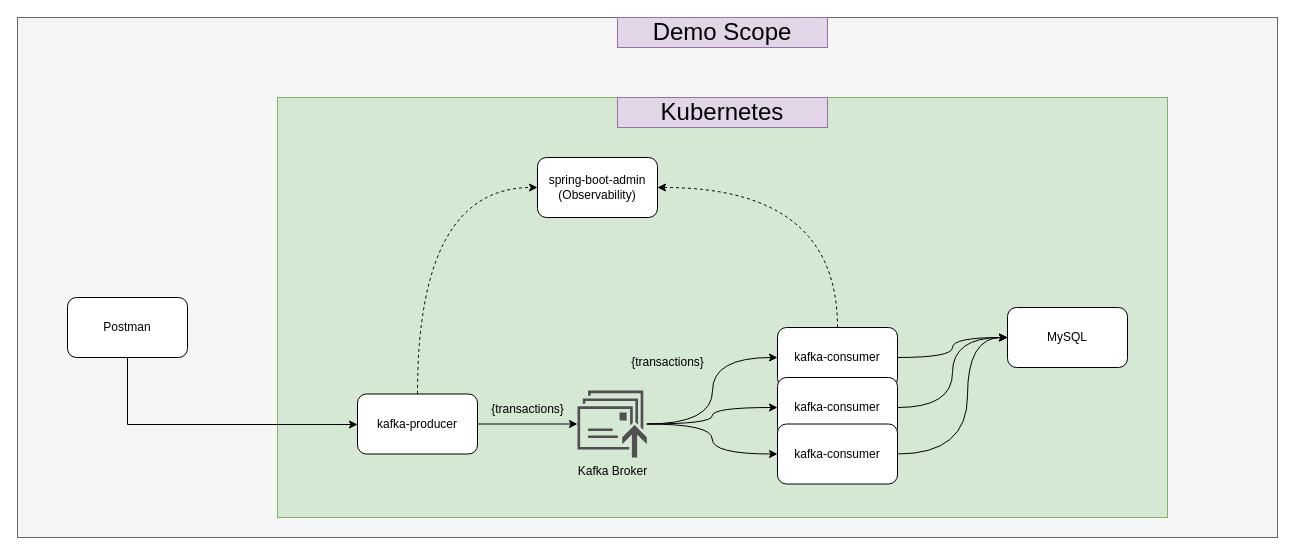
Before: Kafka.drawio in Jabito/KafkaDemo, a draw.io diagram. Source tidied: cells renumbered, new cells numbered last; positions are measured from the earlier drawing's top-left corner, leaving out a move shared by most shapes. Both pictures are drawn from the tidied source at 100%, with x=0, y=0 at pixel (17, 17).
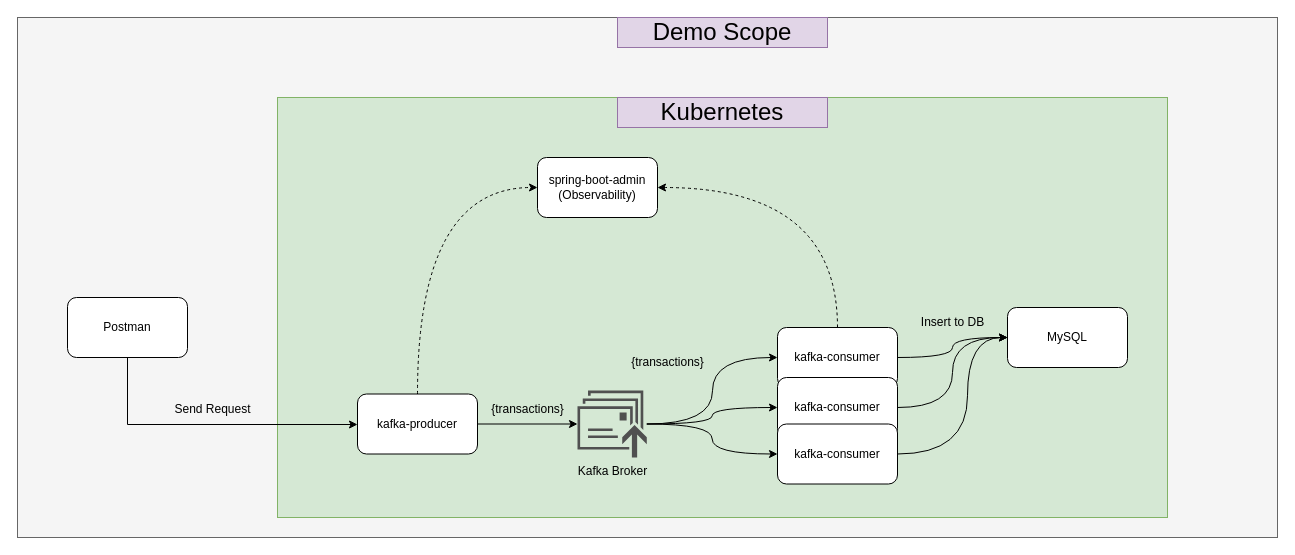
Above is the later version.

Commit message (it also covers changes not shown here):
Added presentation materials

What changed in the source:
```diff
@@
+    <mxCell id="26" value="Send Request" style="text;html=1;align=center;verticalAlign=middle;strokeColor=none;fillColor=none;" parent="1" vertex="1">
+      <mxGeometry x="145" y="376.5" width="100" height="30" as="geometry" />
+    </mxCell>
+    <mxCell id="27" value="Insert to DB" style="text;html=1;align=center;verticalAlign=middle;strokeColor=none;fillColor=none;" parent="1" vertex="1">
+      <mxGeometry x="890" y="290" width="90" height="30" as="geometry" />
+    </mxCell>
```
